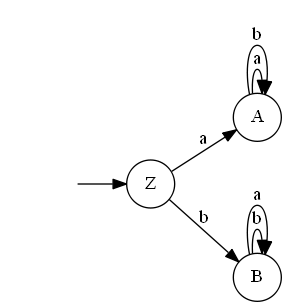
Before: Automate Picture/AutomataPicture.dot.png, a diagram exported from Graphviz (arjen0203/AutomataReader). Its source is kept beside it as Automate Picture/AutomataPicture.dot.
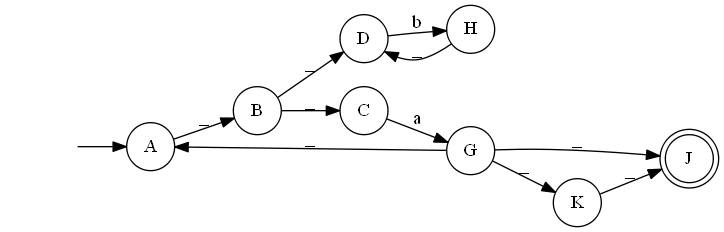
After the commit.

The edit, as a diff of the source:
```diff
@@ -1,15 +1,24 @@
 digraph myAutomaton {
 rankdir=LR;
 "" [shape=none]
-"Z" [shape=circle]
 "A" [shape=circle]
 "B" [shape=circle]
+"C" [shape=circle]
+"D" [shape=circle]
+"G" [shape=circle]
+"H" [shape=circle]
+"J" [shape=doublecircle]
+"K" [shape=circle]
 
-"" -> "Z"
-"Z" -> "A" [label="a"]
-"Z" -> "B" [label="b"]
-"A" -> "A" [label="a"]
-"A" -> "A" [label="b"]
-"B" -> "B" [label="b"]
-"B" -> "B" [label="a"]
+"" -> "A"
+"A" -> "B" [label="_"]
+"B" -> "C" [label="_"]
+"B" -> "D" [label="_"]
+"C" -> "G" [label="a"]
+"D" -> "H" [label="b"]
+"G" -> "J" [label="_"]
+"G" -> "K" [label="_"]
+"G" -> "A" [label="_"]
+"H" -> "D" [label="_"]
+"K" -> "J" [label="_"]
 }
```
